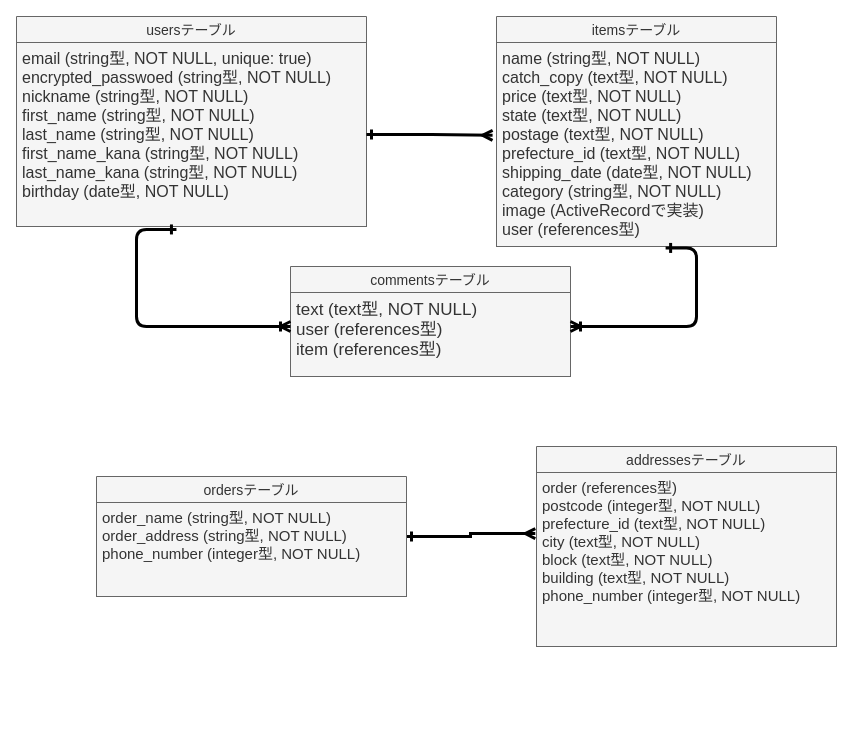
Above: furima.dio in yugotokonami/furima-36388 (draw.io), before the change. Source tidied: cells renumbered, new cells numbered last; positions are measured from the earlier drawing's top-left corner, leaving out a move shared by most shapes. Both pictures are drawn from the tidied source at 100%, with x=0, y=0 at pixel (16, 16).
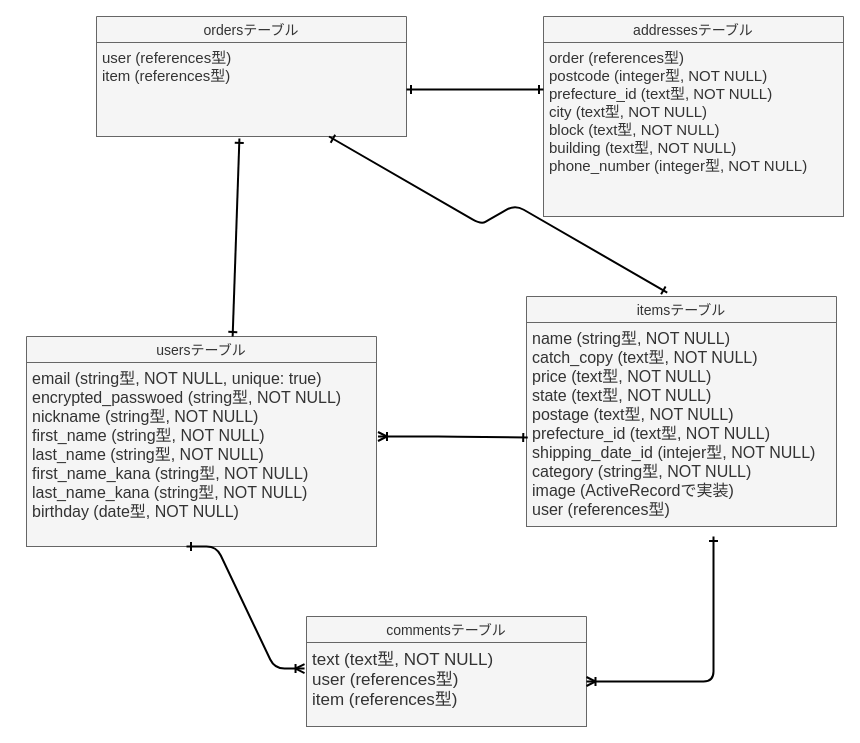
The same page after the edit.

Commit message (it also covers changes not shown here):
ER図とREADMEの編集4

The change refers to these unchanged cells:
```xml
<mxCell id="3" value="email (string型, NOT NULL, unique: true)&#10;encrypted_passwoed (string型, NOT NULL)&#10;nickname (string型, NOT NULL)&#10;first_name (string型, NOT NULL)&#10;last_name (string型, NOT NULL)&#10;first_name_kana (string型, NOT NULL)&#10;last_name_kana (string型, NOT NULL)&#10;birthday (date型, NOT NULL)" style="text;spacingLeft=4;spacingRight=4;overflow=hidden;points=[[0,0.5],[1,0.5]];portConstraint=eastwest;fontSize=16;fillColor=#f5f5f5;strokeColor=#666666;fontColor=#333333;" parent="2" vertex="1">
  <mxGeometry y="26" width="350" height="184" as="geometry" />
</mxCell>
<mxCell id="7" value="text (text型, NOT NULL)&#10;user (references型)&#10;item (references型)" style="text;strokeColor=#666666;fillColor=#f5f5f5;spacingLeft=4;spacingRight=4;overflow=hidden;points=[[0,0.5],[1,0.5]];portConstraint=eastwest;fontSize=17;fontColor=#333333;" parent="6" vertex="1">
  <mxGeometry y="26" width="280" height="84" as="geometry" />
</mxCell>
<mxCell id="15" value="order (references型)&#10;postcode (integer型, NOT NULL)&#10;prefecture_id (text型, NOT NULL)&#10;city (text型, NOT NULL)&#10;block (text型, NOT NULL)&#10;building (text型, NOT NULL)&#10;phone_number (integer型, NOT NULL)" style="text;strokeColor=#666666;fillColor=#f5f5f5;spacingLeft=4;spacingRight=4;overflow=hidden;points=[[0,0.5],[1,0.5]];portConstraint=eastwest;fontSize=15;align=left;verticalAlign=top;fontColor=#333333;" parent="14" vertex="1">
  <mxGeometry y="26" width="300" height="174" as="geometry" />
</mxCell>
```

Diff of the diagram source:
```diff
@@
     <mxCell id="2" value="usersテーブル" style="swimlane;fontStyle=0;horizontal=1;startSize=26;align=center;fontSize=14;fillColor=#f5f5f5;fontColor=#333333;strokeColor=#666666;" parent="1" vertex="1">
-      <mxGeometry width="350" height="210" as="geometry" />
+      <mxGeometry x="10" y="320" width="350" height="210" as="geometry" />
     </mxCell>
@@
     <mxCell id="4" value="itemsテーブル" style="swimlane;fontStyle=0;horizontal=1;startSize=26;align=center;fontSize=14;fillColor=#f5f5f5;strokeColor=#666666;fontColor=#333333;" parent="1" vertex="1">
-      <mxGeometry x="480" width="280" height="230" as="geometry" />
+      <mxGeometry x="510" y="280" width="310" height="230" as="geometry" />
     </mxCell>
-    <mxCell id="5" value="name (string型, NOT NULL)&#10;catch_copy (text型, NOT NULL)&#10;price (text型, NOT NULL)&#10;state (text型, NOT NULL)&#10;postage (text型, NOT NULL)&#10;prefecture_id (text型, NOT NULL)&#10;shipping_date (date型, NOT NULL)&#10;category (string型, NOT NULL)&#10;image (ActiveRecordで実装)&#10;user (references型)" style="text;strokeColor=#666666;fillColor=#f5f5f5;spacingLeft=4;spacingRight=4;overflow=hidden;points=[[0,0.5],[1,0.5]];portConstraint=eastwest;fontSize=16;strokeWidth=1;fontColor=#333333;" parent="4" vertex="1">
-      <mxGeometry y="26" width="280" height="204" as="geometry" />
+    <mxCell id="5" value="name (string型, NOT NULL)&#10;catch_copy (text型, NOT NULL)&#10;price (text型, NOT NULL)&#10;state (text型, NOT NULL)&#10;postage (text型, NOT NULL)&#10;prefecture_id (text型, NOT NULL)&#10;shipping_date_id (intejer型, NOT NULL)&#10;category (string型, NOT NULL)&#10;image (ActiveRecordで実装)&#10;user (references型)" style="text;strokeColor=#666666;fillColor=#f5f5f5;spacingLeft=4;spacingRight=4;overflow=hidden;points=[[0,0.5],[1,0.5]];portConstraint=eastwest;fontSize=16;strokeWidth=1;fontColor=#333333;" parent="4" vertex="1">
+      <mxGeometry y="26" width="310" height="204" as="geometry" />
     </mxCell>
     <mxCell id="6" value="commentsテーブル" style="swimlane;fontStyle=0;horizontal=1;startSize=26;align=center;fontSize=14;fillColor=#f5f5f5;strokeColor=#666666;fontColor=#333333;" parent="1" vertex="1">
-      <mxGeometry x="274" y="250" width="280" height="110" as="geometry" />
+      <mxGeometry x="290" y="600" width="280" height="110" as="geometry" />
     </mxCell>
@@
-    <mxCell id="8" style="edgeStyle=orthogonalEdgeStyle;rounded=0;jettySize=auto;html=1;exitX=1;exitY=0.5;exitDx=0;exitDy=0;entryX=-0.014;entryY=0.455;entryDx=0;entryDy=0;entryPerimeter=0;fontSize=17;fontColor=#000000;startArrow=ERone;startFill=0;endArrow=ERmany;endFill=0;strokeWidth=3;" parent="1" edge="1" source="3" target="5">
-      <mxGeometry relative="1" as="geometry" />
-    </mxCell>
-    <mxCell id="9" style="edgeStyle=elbowEdgeStyle;fontSize=12;html=1;endArrow=ERoneToMany;fontColor=#000000;strokeWidth=3;exitX=0.457;exitY=1.016;exitDx=0;exitDy=0;exitPerimeter=0;startArrow=ERone;startFill=0;" parent="1" edge="1" source="3">
-      <mxGeometry relative="1" as="geometry">
-        <mxPoint x="274" y="310" as="targetPoint" />
-        <Array as="points">
-          <mxPoint x="120" y="250" />
-        </Array>
-      </mxGeometry>
-    </mxCell>
-    <mxCell id="10" style="edgeStyle=elbowEdgeStyle;fontSize=12;html=1;endArrow=ERoneToMany;fontColor=#000000;strokeWidth=3;exitX=0.604;exitY=1.007;exitDx=0;exitDy=0;exitPerimeter=0;startArrow=ERone;startFill=0;" parent="1" edge="1" source="5">
-      <mxGeometry relative="1" as="geometry">
-        <mxPoint x="554" y="310" as="targetPoint" />
-        <Array as="points">
-          <mxPoint x="680" y="270" />
-        </Array>
-      </mxGeometry>
-    </mxCell>
-    <mxCell id="11" style="edgeStyle=elbowEdgeStyle;rounded=0;jettySize=auto;html=1;exitX=1;exitY=0.5;exitDx=0;exitDy=0;entryX=-0.004;entryY=0.351;entryDx=0;entryDy=0;entryPerimeter=0;fontSize=15;fontColor=#000000;startArrow=ERone;startFill=0;endArrow=ERmany;endFill=0;strokeWidth=3;" parent="1" edge="1" source="12" target="15">
-      <mxGeometry relative="1" as="geometry" />
-    </mxCell>
     <mxCell id="12" value="ordersテーブル" style="swimlane;fontStyle=0;horizontal=1;startSize=26;align=center;fontSize=14;fontColor=#333333;strokeWidth=1;fillColor=#f5f5f5;strokeColor=#666666;" parent="1" vertex="1">
-      <mxGeometry x="80" y="460" width="310" height="120" as="geometry" />
+      <mxGeometry x="80" width="310" height="120" as="geometry" />
     </mxCell>
-    <mxCell id="13" value="order_name (string型, NOT NULL)&#10;order_address (string型, NOT NULL)&#10;phone_number (integer型, NOT NULL)" style="text;strokeColor=#666666;fillColor=#f5f5f5;spacingLeft=4;spacingRight=4;overflow=hidden;points=[[0,0.5],[1,0.5]];portConstraint=eastwest;fontSize=15;align=left;verticalAlign=top;fontColor=#333333;" parent="12" vertex="1">
+    <mxCell id="13" value="user (references型)&#10;item (references型)" style="text;strokeColor=#666666;fillColor=#f5f5f5;spacingLeft=4;spacingRight=4;overflow=hidden;points=[[0,0.5],[1,0.5]];portConstraint=eastwest;fontSize=15;align=left;verticalAlign=top;fontColor=#333333;" parent="12" vertex="1">
       <mxGeometry y="26" width="310" height="94" as="geometry" />
     </mxCell>
     <mxCell id="14" value="addressesテーブル" style="swimlane;fontStyle=0;horizontal=1;startSize=26;align=center;fontSize=14;fontColor=#333333;strokeWidth=1;fillColor=#f5f5f5;strokeColor=#666666;" parent="1" vertex="1">
-      <mxGeometry x="520" y="430" width="300" height="200" as="geometry" />
+      <mxGeometry x="527" width="300" height="200" as="geometry" />
     </mxCell>
@@
+    <mxCell id="16" style="fontSize=12;html=1;endArrow=ERone;endFill=1;fontColor=#000000;targetPerimeterSpacing=0;strokeWidth=2;startArrow=ERone;startFill=0;entryX=0.461;entryY=1.021;entryDx=0;entryDy=0;entryPerimeter=0;exitX=0.589;exitY=0;exitDx=0;exitDy=0;exitPerimeter=0;" parent="1" edge="1" source="2" target="13">
+      <mxGeometry relative="1" as="geometry" />
+    </mxCell>
+    <mxCell id="17" style="fontSize=12;html=1;endArrow=ERone;endFill=1;fontColor=#000000;targetPerimeterSpacing=0;strokeWidth=2;entryX=0;entryY=0.27;entryDx=0;entryDy=0;exitX=1;exitY=0.5;exitDx=0;exitDy=0;entryPerimeter=0;startArrow=ERone;startFill=0;" parent="1" edge="1" source="13" target="15">
+      <mxGeometry relative="1" as="geometry" />
+    </mxCell>
+    <mxCell id="18" style="edgeStyle=isometricEdgeStyle;fontSize=12;html=1;endArrow=ERone;endFill=1;fontColor=#000000;strokeWidth=2;sourcePerimeterSpacing=0;elbow=vertical;exitX=0.454;exitY=-0.017;exitDx=0;exitDy=0;exitPerimeter=0;entryX=0.75;entryY=1;entryDx=0;entryDy=0;startArrow=ERone;startFill=0;" parent="1" edge="1" source="4" target="12">
+      <mxGeometry relative="1" as="geometry" />
+    </mxCell>
+    <mxCell id="19" style="fontSize=12;html=1;endArrow=ERone;endFill=1;fontColor=#000000;targetPerimeterSpacing=0;strokeWidth=2;entryX=0.004;entryY=0.564;entryDx=0;entryDy=0;exitX=1;exitY=0.5;exitDx=0;exitDy=0;entryPerimeter=0;startArrow=ERoneToMany;startFill=0;" parent="1" edge="1" target="5">
+      <mxGeometry relative="1" as="geometry">
+        <mxPoint x="361.5" y="420" as="sourcePoint" />
+        <Array as="points">
+          <mxPoint x="431.5" y="420" />
+        </Array>
+      </mxGeometry>
+    </mxCell>
+    <mxCell id="20" style="edgeStyle=entityRelationEdgeStyle;fontSize=12;html=1;endArrow=ERoneToMany;fontColor=#000000;targetPerimeterSpacing=0;strokeWidth=2;startArrow=ERone;startFill=0;entryX=-0.007;entryY=0.31;entryDx=0;entryDy=0;entryPerimeter=0;" parent="1" edge="1" target="7">
+      <mxGeometry relative="1" as="geometry">
+        <mxPoint x="170" y="530" as="sourcePoint" />
+      </mxGeometry>
+    </mxCell>
+    <mxCell id="21" style="edgeStyle=elbowEdgeStyle;fontSize=12;html=1;endArrow=ERoneToMany;fontColor=#000000;strokeWidth=2;sourcePerimeterSpacing=0;elbow=vertical;startArrow=ERone;startFill=0;" parent="1" edge="1">
+      <mxGeometry relative="1" as="geometry">
+        <mxPoint x="697" y="520" as="sourcePoint" />
+        <mxPoint x="570" y="665" as="targetPoint" />
+        <Array as="points">
+          <mxPoint x="700" y="665" />
+        </Array>
+      </mxGeometry>
+    </mxCell>
```
